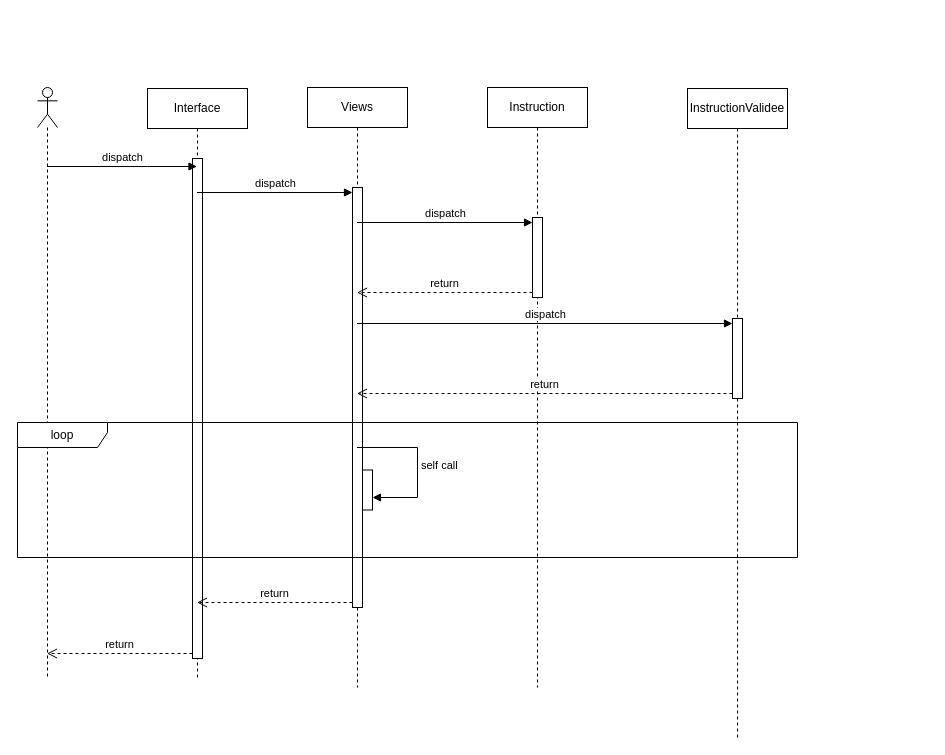
The draw.io diagram seq_consulter_iglob.drawio in CabrelFeukeng/pp, before the edit. Source tidied: cells renumbered, new cells numbered last; positions are measured from the earlier drawing's top-left corner, leaving out a move shared by most shapes. Both pictures are drawn from the tidied source at 100%, with x=0, y=0 at pixel (17, 87).
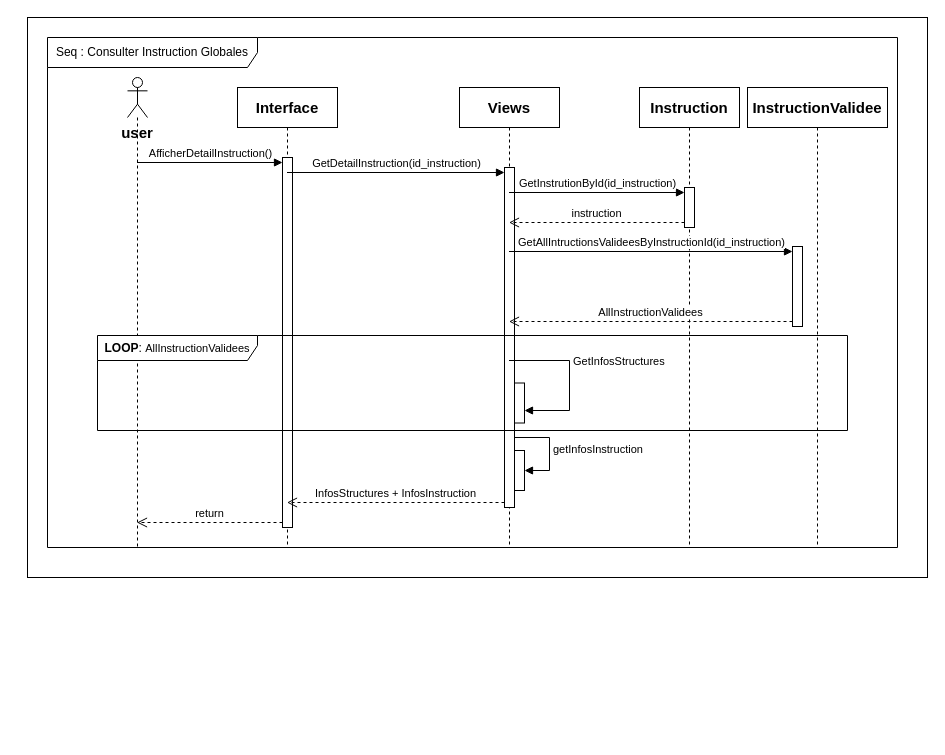
Above is the later version.

Commit message (it also covers changes not shown here):
Mettre à jour seq_consulter_iglob.drawio

The edit, as a diff of the source:
```diff
@@
-    <mxCell id="2" style="shape=umlLifeline;perimeter=lifelinePerimeter;whiteSpace=wrap;html=1;outlineConnect=0;portConstraint=eastwest;newEdgeStyle={&quot;curved&quot;:0,&quot;rounded&quot;:0};participant=umlActor;" parent="1" vertex="1">
-      <mxGeometry x="20" width="20" height="590" as="geometry" />
-    </mxCell>
+    <mxCell id="22" style="rounded=0;whiteSpace=wrap;html=1;" parent="1" vertex="1">
+      <mxGeometry x="10" y="-70" width="900" height="560" as="geometry" />
+    </mxCell>
+    <mxCell id="23" style="shape=umlLifeline;perimeter=lifelinePerimeter;whiteSpace=wrap;html=1;outlineConnect=0;portConstraint=eastwest;newEdgeStyle={&quot;curved&quot;:0,&quot;rounded&quot;:0};participant=umlActor;" parent="1" vertex="1">
+      <mxGeometry x="110" y="-10" width="20" height="470" as="geometry" />
+    </mxCell>
-    <mxCell id="3" value="Interface" style="shape=umlLifeline;perimeter=lifelinePerimeter;whiteSpace=wrap;html=1;outlineConnect=0;portConstraint=eastwest;newEdgeStyle={&quot;curved&quot;:0,&quot;rounded&quot;:0};" parent="1" vertex="1">
-      <mxGeometry x="130" y="1" width="100" height="589" as="geometry" />
+    <mxCell id="3" value="&lt;b&gt;&lt;font style=&quot;font-size: 15px;&quot;&gt;Interface&lt;/font&gt;&lt;/b&gt;" style="shape=umlLifeline;perimeter=lifelinePerimeter;whiteSpace=wrap;html=1;outlineConnect=0;portConstraint=eastwest;newEdgeStyle={&quot;curved&quot;:0,&quot;rounded&quot;:0};" parent="1" vertex="1">
+      <mxGeometry x="220" width="100" height="460" as="geometry" />
     </mxCell>
-    <mxCell id="4" style="html=1;points=[[0,0,0,0,5],[0,1,0,0,-5],[1,0,0,0,5],[1,1,0,0,-5]];perimeter=orthogonalPerimeter;outlineConnect=0;targetShapes=umlLifeline;portConstraint=eastwest;newEdgeStyle={&quot;curved&quot;:0,&quot;rounded&quot;:0};" parent="3" vertex="1">
-      <mxGeometry x="45" y="70" width="10" height="500" as="geometry" />
-    </mxCell>
+    <mxCell id="24" style="html=1;points=[[0,0,0,0,5],[0,1,0,0,-5],[1,0,0,0,5],[1,1,0,0,-5]];perimeter=orthogonalPerimeter;outlineConnect=0;targetShapes=umlLifeline;portConstraint=eastwest;newEdgeStyle={&quot;curved&quot;:0,&quot;rounded&quot;:0};" parent="3" vertex="1">
+      <mxGeometry x="45" y="70" width="10" height="370" as="geometry" />
+    </mxCell>
-    <mxCell id="5" value="Views" style="shape=umlLifeline;perimeter=lifelinePerimeter;whiteSpace=wrap;html=1;outlineConnect=0;portConstraint=eastwest;newEdgeStyle={&quot;curved&quot;:0,&quot;rounded&quot;:0};" parent="1" vertex="1">
-      <mxGeometry x="290" width="100" height="600" as="geometry" />
+    <mxCell id="5" value="&lt;b&gt;&lt;font style=&quot;font-size: 15px;&quot;&gt;Views&lt;/font&gt;&lt;/b&gt;" style="shape=umlLifeline;perimeter=lifelinePerimeter;whiteSpace=wrap;html=1;outlineConnect=0;portConstraint=eastwest;newEdgeStyle={&quot;curved&quot;:0,&quot;rounded&quot;:0};" parent="1" vertex="1">
+      <mxGeometry x="442" width="100" height="460" as="geometry" />
     </mxCell>
-    <mxCell id="6" style="html=1;points=[[0,0,0,0,5],[0,1,0,0,-5],[1,0,0,0,5],[1,1,0,0,-5]];perimeter=orthogonalPerimeter;outlineConnect=0;targetShapes=umlLifeline;portConstraint=eastwest;newEdgeStyle={&quot;curved&quot;:0,&quot;rounded&quot;:0};" parent="5" vertex="1">
-      <mxGeometry x="45" y="100" width="10" height="420" as="geometry" />
-    </mxCell>
+    <mxCell id="25" style="html=1;points=[[0,0,0,0,5],[0,1,0,0,-5],[1,0,0,0,5],[1,1,0,0,-5]];perimeter=orthogonalPerimeter;outlineConnect=0;targetShapes=umlLifeline;portConstraint=eastwest;newEdgeStyle={&quot;curved&quot;:0,&quot;rounded&quot;:0};" parent="5" vertex="1">
+      <mxGeometry x="45" y="80" width="10" height="340" as="geometry" />
+    </mxCell>
-    <mxCell id="7" value="Instruction" style="shape=umlLifeline;perimeter=lifelinePerimeter;whiteSpace=wrap;html=1;newEdgeStyle={&quot;curved&quot;:0,&quot;rounded&quot;:0};" parent="1" vertex="1">
-      <mxGeometry x="470" width="100" height="600" as="geometry" />
+    <mxCell id="7" value="&lt;b&gt;&lt;font style=&quot;font-size: 15px;&quot;&gt;Instruction&lt;/font&gt;&lt;/b&gt;" style="shape=umlLifeline;perimeter=lifelinePerimeter;whiteSpace=wrap;html=1;newEdgeStyle={&quot;curved&quot;:0,&quot;rounded&quot;:0};" parent="1" vertex="1">
+      <mxGeometry x="622" width="100" height="460" as="geometry" />
     </mxCell>
-    <mxCell id="8" style="html=1;points=[[0,0,0,0,5],[0,1,0,0,-5],[1,0,0,0,5],[1,1,0,0,-5]];perimeter=orthogonalPerimeter;outlineConnect=0;targetShapes=umlLifeline;portConstraint=eastwest;newEdgeStyle={&quot;curved&quot;:0,&quot;rounded&quot;:0};" parent="7" vertex="1">
-      <mxGeometry x="45" y="130" width="10" height="80" as="geometry" />
-    </mxCell>
+    <mxCell id="26" style="html=1;points=[[0,0,0,0,5],[0,1,0,0,-5],[1,0,0,0,5],[1,1,0,0,-5]];perimeter=orthogonalPerimeter;outlineConnect=0;targetShapes=umlLifeline;portConstraint=eastwest;newEdgeStyle={&quot;curved&quot;:0,&quot;rounded&quot;:0};" parent="7" vertex="1">
+      <mxGeometry x="45" y="100" width="10" height="40" as="geometry" />
+    </mxCell>
-    <mxCell id="9" value="InstructionValidee" style="shape=umlLifeline;perimeter=lifelinePerimeter;whiteSpace=wrap;html=1;newEdgeStyle={&quot;curved&quot;:0,&quot;rounded&quot;:0};" parent="1" vertex="1">
-      <mxGeometry x="670" y="1" width="100" height="649" as="geometry" />
+    <mxCell id="9" value="&lt;font style=&quot;font-size: 15px;&quot;&gt;&lt;b&gt;InstructionValidee&lt;/b&gt;&lt;/font&gt;" style="shape=umlLifeline;perimeter=lifelinePerimeter;whiteSpace=wrap;html=1;newEdgeStyle={&quot;curved&quot;:0,&quot;rounded&quot;:0};" parent="1" vertex="1">
+      <mxGeometry x="730" width="140" height="460" as="geometry" />
     </mxCell>
-    <mxCell id="10" style="html=1;points=[[0,0,0,0,5],[0,1,0,0,-5],[1,0,0,0,5],[1,1,0,0,-5]];perimeter=orthogonalPerimeter;outlineConnect=0;targetShapes=umlLifeline;portConstraint=eastwest;newEdgeStyle={&quot;curved&quot;:0,&quot;rounded&quot;:0};" parent="9" vertex="1">
-      <mxGeometry x="45" y="230" width="10" height="80" as="geometry" />
-    </mxCell>
-    <mxCell id="11" value="dispatch" style="html=1;verticalAlign=bottom;endArrow=block;curved=0;rounded=0;" parent="1" edge="1">
-      <mxGeometry relative="1" as="geometry">
-        <mxPoint x="29.5" y="79" as="sourcePoint" />
-        <mxPoint x="179.5" y="79" as="targetPoint" />
-        <Array as="points">
-          <mxPoint x="130" y="79" />
-        </Array>
-      </mxGeometry>
-    </mxCell>
-    <mxCell id="12" value="return" style="html=1;verticalAlign=bottom;endArrow=open;dashed=1;endSize=8;curved=0;rounded=0;exitX=0;exitY=1;exitDx=0;exitDy=-5;" parent="1" edge="1" source="4" target="2">
-      <mxGeometry relative="1" as="geometry" />
-    </mxCell>
-    <mxCell id="13" value="dispatch" style="html=1;verticalAlign=bottom;endArrow=block;curved=0;rounded=0;entryX=0;entryY=0;entryDx=0;entryDy=5;" parent="1" edge="1" source="3" target="6">
-      <mxGeometry relative="1" as="geometry" />
-    </mxCell>
-    <mxCell id="14" value="dispatch" style="html=1;verticalAlign=bottom;endArrow=block;curved=0;rounded=0;entryX=0;entryY=0;entryDx=0;entryDy=5;" parent="1" edge="1" source="5" target="8">
-      <mxGeometry relative="1" as="geometry" />
-    </mxCell>
-    <mxCell id="15" value="return" style="html=1;verticalAlign=bottom;endArrow=open;dashed=1;endSize=8;curved=0;rounded=0;exitX=0;exitY=1;exitDx=0;exitDy=-5;" parent="1" edge="1" source="8" target="5">
-      <mxGeometry relative="1" as="geometry" />
-    </mxCell>
-    <mxCell id="16" value="dispatch" style="html=1;verticalAlign=bottom;endArrow=block;curved=0;rounded=0;entryX=0;entryY=0;entryDx=0;entryDy=5;" parent="1" edge="1" source="5" target="10">
-      <mxGeometry relative="1" as="geometry" />
-    </mxCell>
-    <mxCell id="17" value="return" style="html=1;verticalAlign=bottom;endArrow=open;dashed=1;endSize=8;curved=0;rounded=0;exitX=0;exitY=1;exitDx=0;exitDy=-5;" parent="1" edge="1" source="10" target="5">
-      <mxGeometry relative="1" as="geometry" />
-    </mxCell>
-    <mxCell id="18" value="loop" style="shape=umlFrame;whiteSpace=wrap;html=1;width=90;height=25;" parent="1" vertex="1">
-      <mxGeometry y="335" width="780" height="135" as="geometry" />
-    </mxCell>
-    <mxCell id="19" style="html=1;points=[[0,0,0,0,5],[0,1,0,0,-5],[1,0,0,0,5],[1,1,0,0,-5]];perimeter=orthogonalPerimeter;outlineConnect=0;targetShapes=umlLifeline;portConstraint=eastwest;newEdgeStyle={&quot;curved&quot;:0,&quot;rounded&quot;:0};" parent="18" vertex="1">
-      <mxGeometry x="345" y="47.5" width="10" height="40" as="geometry" />
-    </mxCell>
-    <mxCell id="20" value="self call" style="html=1;align=left;spacingLeft=2;endArrow=block;rounded=0;edgeStyle=orthogonalEdgeStyle;curved=0;rounded=0;" parent="1" edge="1" source="5" target="19">
-      <mxGeometry relative="1" as="geometry">
-        <Array as="points">
-          <mxPoint x="400" y="360" />
-          <mxPoint x="400" y="410" />
-        </Array>
-      </mxGeometry>
-    </mxCell>
-    <mxCell id="21" value="return" style="html=1;verticalAlign=bottom;endArrow=open;dashed=1;endSize=8;curved=0;rounded=0;exitX=0;exitY=1;exitDx=0;exitDy=-5;exitPerimeter=0;" parent="1" edge="1" source="6" target="3">
-      <mxGeometry relative="1" as="geometry" />
-    </mxCell>
+    <mxCell id="27" style="html=1;points=[[0,0,0,0,5],[0,1,0,0,-5],[1,0,0,0,5],[1,1,0,0,-5]];perimeter=orthogonalPerimeter;outlineConnect=0;targetShapes=umlLifeline;portConstraint=eastwest;newEdgeStyle={&quot;curved&quot;:0,&quot;rounded&quot;:0};" parent="9" vertex="1">
+      <mxGeometry x="45" y="159" width="10" height="80" as="geometry" />
+    </mxCell>
+    <mxCell id="28" value="AfficherDetailInstruction()" style="html=1;verticalAlign=bottom;endArrow=block;curved=0;rounded=0;entryX=0;entryY=0;entryDx=0;entryDy=5;entryPerimeter=0;" parent="1" edge="1" source="23" target="24">
+      <mxGeometry relative="1" as="geometry" />
+    </mxCell>
+    <mxCell id="29" value="return" style="html=1;verticalAlign=bottom;endArrow=open;dashed=1;endSize=8;curved=0;rounded=0;exitX=0;exitY=1;exitDx=0;exitDy=-5;" parent="1" edge="1" source="24" target="23">
+      <mxGeometry relative="1" as="geometry" />
+    </mxCell>
+    <mxCell id="30" value="GetDetailInstruction(id_instruction)" style="html=1;verticalAlign=bottom;endArrow=block;curved=0;rounded=0;entryX=0;entryY=0;entryDx=0;entryDy=5;" parent="1" edge="1" source="3" target="25">
+      <mxGeometry relative="1" as="geometry" />
+    </mxCell>
+    <mxCell id="31" value="GetInstrutionById(id_instruction)" style="html=1;verticalAlign=bottom;endArrow=block;curved=0;rounded=0;entryX=0;entryY=0;entryDx=0;entryDy=5;" parent="1" edge="1" source="5" target="26">
+      <mxGeometry relative="1" as="geometry" />
+    </mxCell>
+    <mxCell id="32" value="instruction" style="html=1;verticalAlign=bottom;endArrow=open;dashed=1;endSize=8;curved=0;rounded=0;exitX=0;exitY=1;exitDx=0;exitDy=-5;" parent="1" edge="1" source="26" target="5">
+      <mxGeometry relative="1" as="geometry" />
+    </mxCell>
+    <mxCell id="33" value="GetAllIntructionsValideesByInstructionId(id_instruction)" style="html=1;verticalAlign=bottom;endArrow=block;curved=0;rounded=0;entryX=0;entryY=0;entryDx=0;entryDy=5;" parent="1" edge="1" source="5" target="27">
+      <mxGeometry relative="1" as="geometry" />
+    </mxCell>
+    <mxCell id="34" value="AllInstructionValidees" style="html=1;verticalAlign=bottom;endArrow=open;dashed=1;endSize=8;curved=0;rounded=0;exitX=0;exitY=1;exitDx=0;exitDy=-5;" parent="1" edge="1" source="27" target="5">
+      <mxGeometry relative="1" as="geometry" />
+    </mxCell>
+    <mxCell id="35" value="&lt;b&gt;LOOP&lt;/b&gt;:&amp;nbsp;&lt;span style=&quot;font-size: 11px; text-wrap-mode: nowrap; background-color: rgb(255, 255, 255);&quot;&gt;AllInstructionValidees&lt;/span&gt;" style="shape=umlFrame;whiteSpace=wrap;html=1;width=160;height=25;" parent="1" vertex="1">
+      <mxGeometry x="80" y="248" width="750" height="95" as="geometry" />
+    </mxCell>
+    <mxCell id="36" style="html=1;points=[[0,0,0,0,5],[0,1,0,0,-5],[1,0,0,0,5],[1,1,0,0,-5]];perimeter=orthogonalPerimeter;outlineConnect=0;targetShapes=umlLifeline;portConstraint=eastwest;newEdgeStyle={&quot;curved&quot;:0,&quot;rounded&quot;:0};" parent="35" vertex="1">
+      <mxGeometry x="417" y="47.5" width="10" height="40" as="geometry" />
+    </mxCell>
+    <mxCell id="37" value="GetInfosStructures" style="html=1;align=left;spacingLeft=2;endArrow=block;rounded=0;edgeStyle=orthogonalEdgeStyle;curved=0;rounded=0;" parent="1" edge="1" target="36">
+      <mxGeometry x="-0.23" relative="1" as="geometry">
+        <mxPoint x="491.5" y="273" as="sourcePoint" />
+        <Array as="points">
+          <mxPoint x="552" y="273" />
+          <mxPoint x="552" y="323" />
+        </Array>
+        <mxPoint y="1" as="offset" />
+      </mxGeometry>
+    </mxCell>
+    <mxCell id="38" value="&lt;span style=&quot;text-align: left;&quot;&gt;InfosStructures +&amp;nbsp;&lt;/span&gt;&lt;span style=&quot;text-align: left;&quot;&gt;InfosInstruction&lt;/span&gt;" style="html=1;verticalAlign=bottom;endArrow=open;dashed=1;endSize=8;curved=0;rounded=0;exitX=0;exitY=1;exitDx=0;exitDy=-5;exitPerimeter=0;" parent="1" edge="1" source="25" target="3">
+      <mxGeometry relative="1" as="geometry" />
+    </mxCell>
+    <mxCell id="39" style="html=1;perimeter=orthogonalPerimeter;targetShapes=umlLifeline;newEdgeStyle={&quot;curved&quot;:0,&quot;rounded&quot;:0};" parent="1" vertex="1">
+      <mxGeometry x="497" y="363" width="10" height="40" as="geometry" />
+    </mxCell>
+    <mxCell id="40" value="getInfosInstruction" style="html=1;align=left;spacingLeft=2;endArrow=block;rounded=0;edgeStyle=orthogonalEdgeStyle;curved=0;rounded=0;" parent="1" edge="1">
+      <mxGeometry relative="1" as="geometry">
+        <mxPoint x="497" y="350" as="sourcePoint" />
+        <mxPoint x="507" y="383" as="targetPoint" />
+        <Array as="points">
+          <mxPoint x="532" y="350" />
+          <mxPoint x="532" y="383" />
+        </Array>
+      </mxGeometry>
+    </mxCell>
+    <mxCell id="41" value="Seq : Consulter Instruction Globales" style="shape=umlFrame;whiteSpace=wrap;html=1;width=210;height=30;" parent="1" vertex="1">
+      <mxGeometry x="30" y="-50" width="850" height="510" as="geometry" />
+    </mxCell>
+    <mxCell id="42" value="&lt;b&gt;&lt;font style=&quot;font-size: 15px;&quot;&gt;user&lt;/font&gt;&lt;/b&gt;" style="text;html=1;align=center;verticalAlign=middle;whiteSpace=wrap;rounded=0;" parent="1" vertex="1">
+      <mxGeometry x="90" y="30" width="60" height="30" as="geometry" />
+    </mxCell>
```
